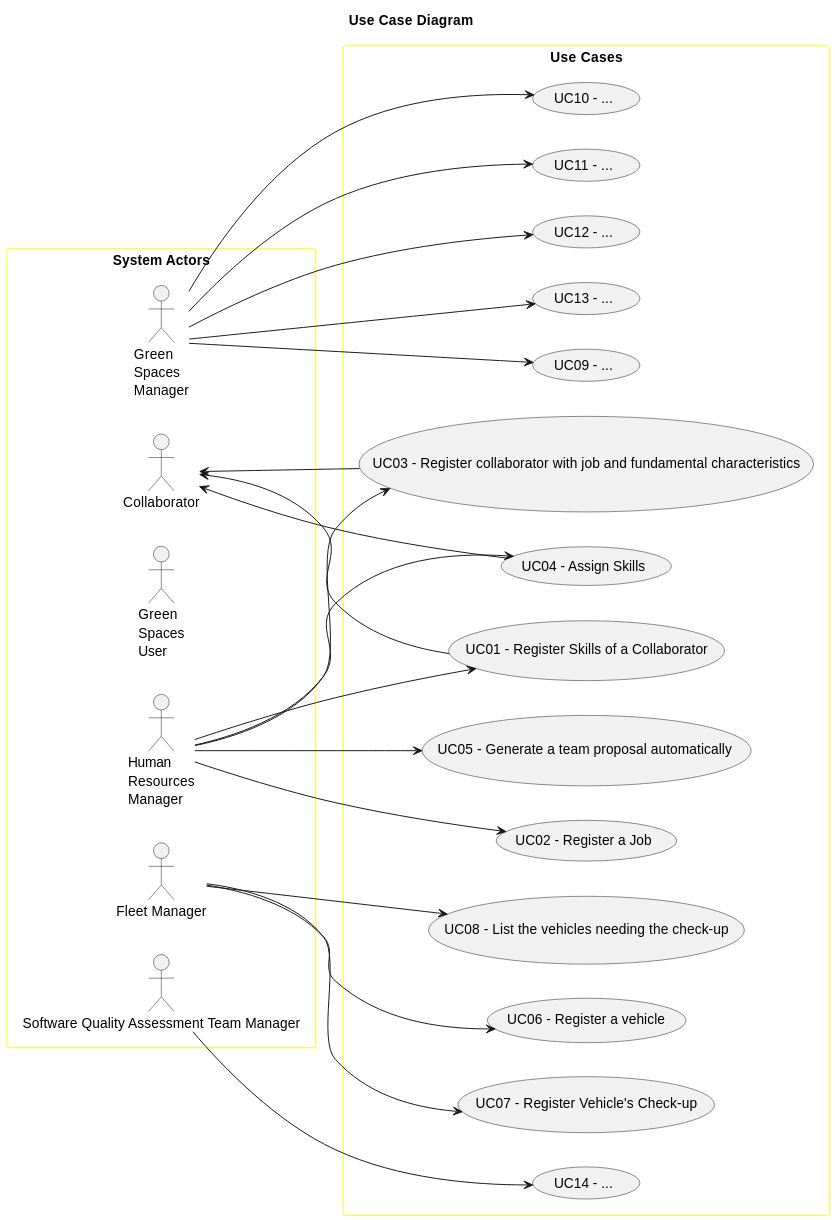
Above: docs/sprintA&B/global-artifacts/01.requirements-engineering/svg/use-case-diagram.svg in daniel41silva05/ISEP_2023_2024_LAPR2 (PlantUML), before the change.
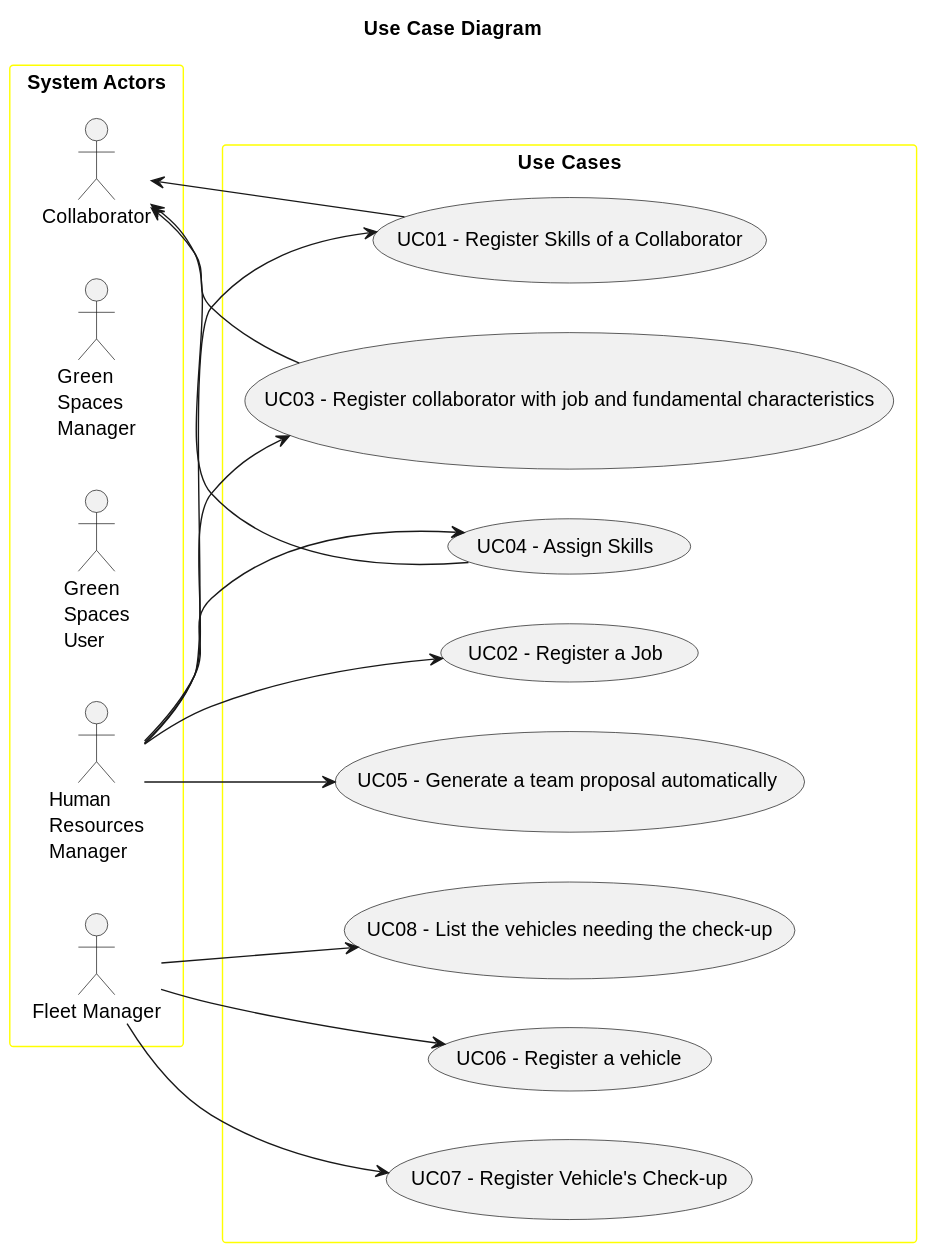
The same diagram one commit later.

Change to the diagram source:
```diff
@@ -15,7 +15,6 @@
     actor "Green\nSpaces\nUser" as GSU
     actor "Human\nResources\nManager" as HRM
     actor "Fleet Manager" as FM
-    actor "Software Quality Assessment Team Manager" as QAM
 }
 
 rectangle "Use Cases" as usecases{
@@ -38,17 +37,5 @@
     FM --> UC07
     usecase "UC08 - List the vehicles needing the check-up" as UC08
     FM --> UC08
-    usecase "UC09 - ..." as UC09
-    GSM --> UC09
-    usecase "UC10 - ..." as UC10
-    GSM --> UC10
-    usecase "UC11 - ..." as UC11
-    GSM --> UC11
-    usecase "UC12 - ..." as UC12
-    GSM --> UC12
-    usecase "UC13 - ..." as UC13
-    GSM --> UC13
-    usecase "UC14 - ..." as UC14
-    QAM --> UC14
 }
 @enduml
```
